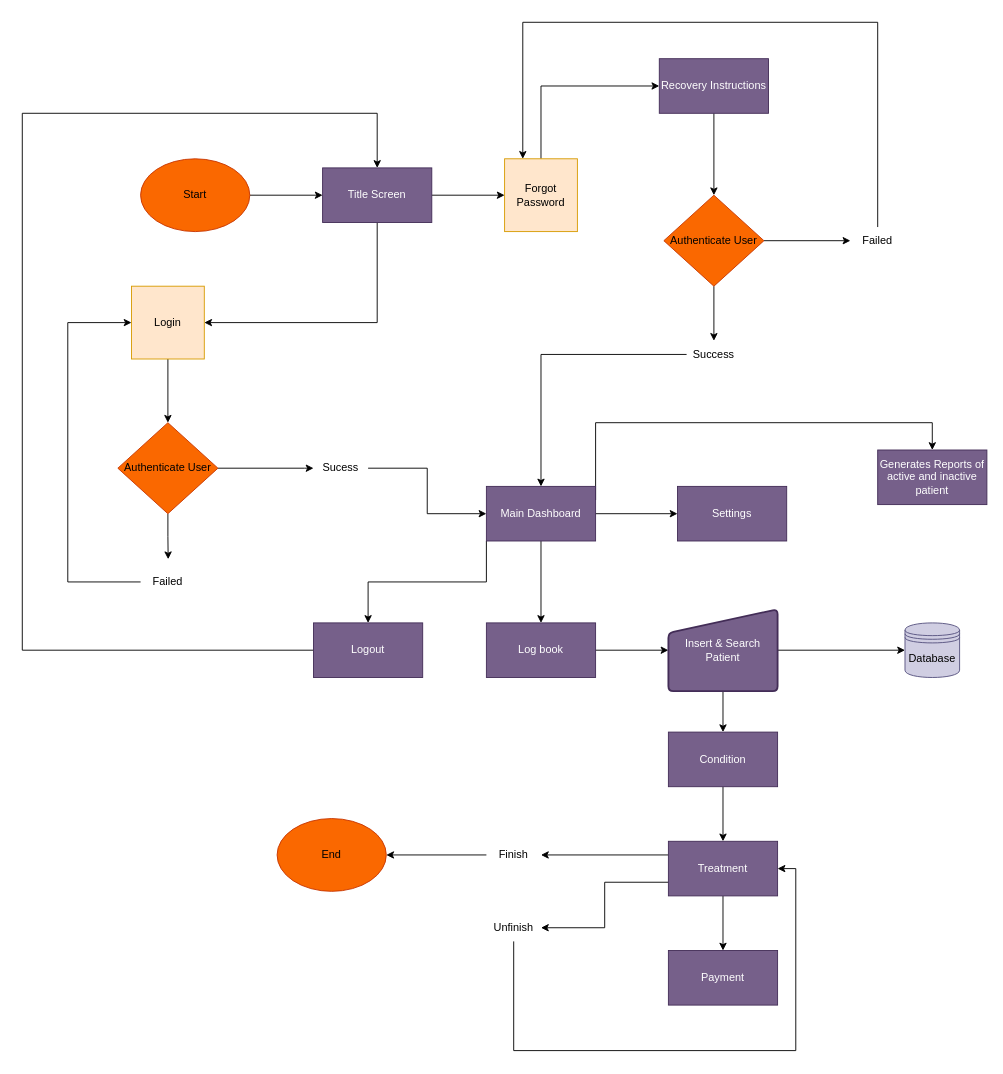
Above: Untitled Diagram.drawio in XeLTzy/my-second-repo (draw.io), before the change. Source tidied: cells renumbered, new cells numbered last; positions are measured from the earlier drawing's top-left corner, leaving out a move shared by most shapes. Both pictures are drawn from the tidied source at 91%, with x=0, y=0 at pixel (22, 22).
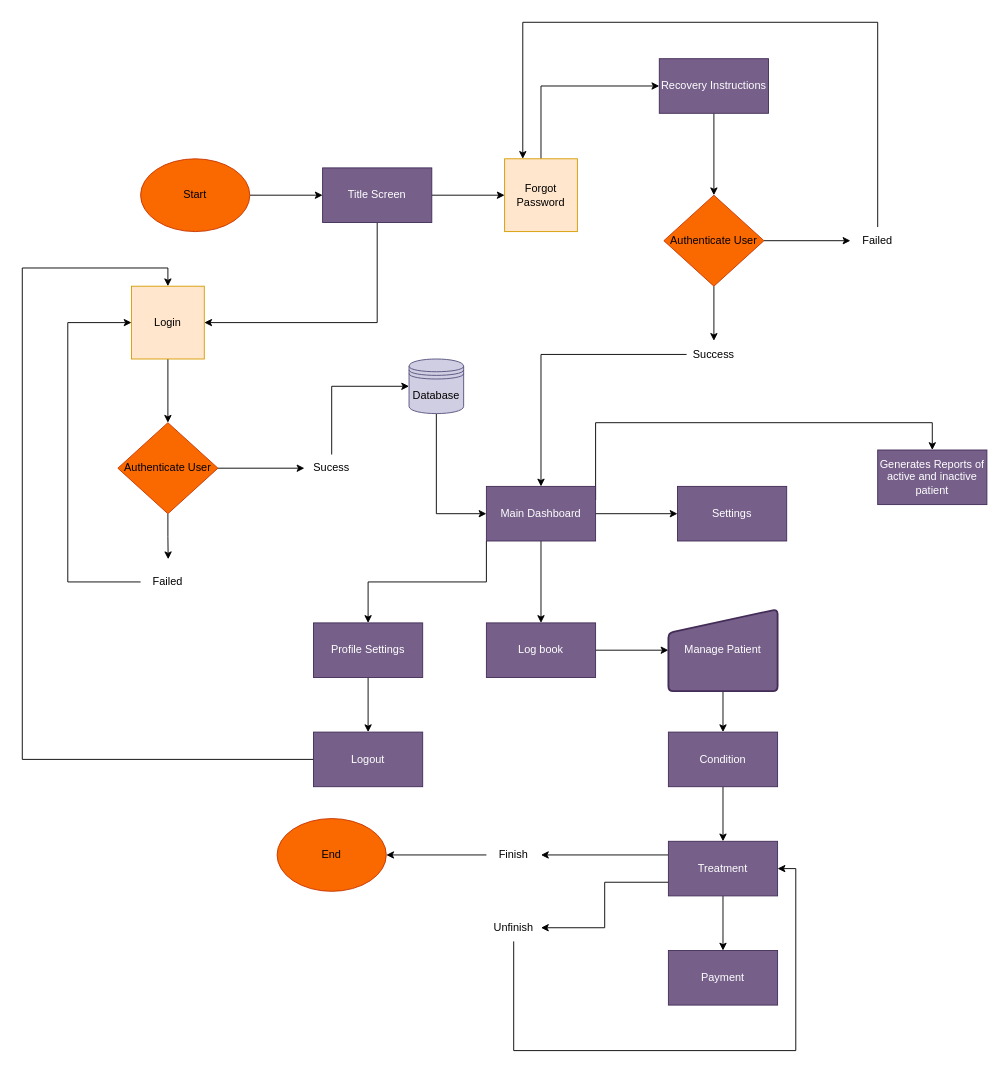
After the change.

The change refers to these unchanged cells:
```xml
<mxCell id="6" value="Title Screen" style="whiteSpace=wrap;html=1;fillColor=#76608a;strokeColor=#432D57;fontColor=#ffffff;" parent="1" vertex="1">
  <mxGeometry x="330" y="160" width="120" height="60" as="geometry" />
</mxCell>
<mxCell id="8" value="Login" style="whiteSpace=wrap;html=1;fillColor=#ffe6cc;strokeColor=#d79b00;rounded=0;" parent="1" vertex="1">
  <mxGeometry x="120" y="290" width="80" height="80" as="geometry" />
</mxCell>
<mxCell id="17" value="Main Dashboard" style="whiteSpace=wrap;html=1;fillColor=#76608a;strokeColor=#432D57;fontColor=#ffffff;" parent="1" vertex="1">
  <mxGeometry x="510" y="510" width="120" height="60" as="geometry" />
</mxCell>
```

What changed in the source:
```diff
@@
-    <mxCell id="23" style="edgeStyle=orthogonalEdgeStyle;rounded=0;jettySize=auto;html=1;exitX=1;exitY=0.5;exitDx=0;exitDy=0;entryX=0;entryY=0.5;entryDx=0;entryDy=0;" parent="1" edge="1" source="24" target="53">
-      <mxGeometry relative="1" as="geometry" />
-    </mxCell>
-    <mxCell id="24" value="Insert &amp;amp; Search Patient" style="whiteSpace=wrap;html=1;fillColor=#76608a;strokeColor=#432D57;fontColor=#ffffff;rounded=1;glass=0;shadow=0;strokeWidth=2;shape=manualInput;size=26;arcSize=11;" parent="1" vertex="1">
+    <mxCell id="24" value="Manage Patient" style="whiteSpace=wrap;html=1;fillColor=#76608a;strokeColor=#432D57;fontColor=#ffffff;rounded=1;glass=0;shadow=0;strokeWidth=2;shape=manualInput;size=26;arcSize=11;" parent="1" vertex="1">
       <mxGeometry x="710" y="645" width="120" height="90" as="geometry" />
     </mxCell>
@@
-    <mxCell id="33" style="edgeStyle=orthogonalEdgeStyle;rounded=0;jettySize=auto;html=1;exitX=0;exitY=0.5;exitDx=0;exitDy=0;entryX=0.5;entryY=0;entryDx=0;entryDy=0;" parent="1" edge="1" source="34" target="6">
-      <mxGeometry relative="1" as="geometry">
-        <Array as="points">
-          <mxPoint y="690" />
-          <mxPoint y="100" />
-          <mxPoint x="390" y="100" />
-        </Array>
-      </mxGeometry>
-    </mxCell>
+    <mxCell id="54" style="edgeStyle=orthogonalEdgeStyle;rounded=0;jettySize=auto;html=1;" parent="1" edge="1" source="34" target="59">
+      <mxGeometry relative="1" as="geometry" />
+    </mxCell>
-    <mxCell id="34" value="Logout" style="whiteSpace=wrap;html=1;fillColor=#76608a;strokeColor=#432D57;fontColor=#ffffff;" parent="1" vertex="1">
+    <mxCell id="34" value="Profile Settings" style="whiteSpace=wrap;html=1;fillColor=#76608a;strokeColor=#432D57;fontColor=#ffffff;" parent="1" vertex="1">
       <mxGeometry x="320" y="660" width="120" height="60" as="geometry" />
     </mxCell>
@@
-    <mxCell id="44" style="edgeStyle=orthogonalEdgeStyle;rounded=0;jettySize=auto;html=1;exitX=1;exitY=0.5;exitDx=0;exitDy=0;entryX=0;entryY=0.5;entryDx=0;entryDy=0;" parent="1" edge="1" source="45" target="17">
-      <mxGeometry relative="1" as="geometry" />
-    </mxCell>
+    <mxCell id="55" style="edgeStyle=orthogonalEdgeStyle;rounded=0;jettySize=auto;html=1;exitX=0.5;exitY=0;exitDx=0;exitDy=0;entryX=0;entryY=0.5;entryDx=0;entryDy=0;" parent="1" edge="1" source="45" target="53">
+      <mxGeometry relative="1" as="geometry" />
+    </mxCell>
     <mxCell id="45" value="Sucess" style="text;html=1;align=center;verticalAlign=middle;whiteSpace=wrap;rounded=0;" parent="1" vertex="1">
-      <mxGeometry x="320" y="475" width="60" height="30" as="geometry" />
+      <mxGeometry x="310" y="475" width="60" height="30" as="geometry" />
     </mxCell>
@@
+    <mxCell id="56" style="edgeStyle=orthogonalEdgeStyle;rounded=0;jettySize=auto;html=1;exitX=0.5;exitY=1;exitDx=0;exitDy=0;" parent="1" edge="1" source="53">
+      <mxGeometry relative="1" as="geometry">
+        <mxPoint x="454.5" y="430.2" as="targetPoint" />
+      </mxGeometry>
+    </mxCell>
+    <mxCell id="57" style="edgeStyle=orthogonalEdgeStyle;rounded=0;jettySize=auto;html=1;exitX=0.5;exitY=1;exitDx=0;exitDy=0;entryX=0;entryY=0.5;entryDx=0;entryDy=0;" parent="1" edge="1" source="53" target="17">
+      <mxGeometry relative="1" as="geometry" />
+    </mxCell>
     <mxCell id="53" value="Database" style="shape=datastore;whiteSpace=wrap;html=1;fillColor=#d0cee2;strokeColor=#56517e;" parent="1" vertex="1">
-      <mxGeometry x="970" y="660" width="60" height="60" as="geometry" />
+      <mxGeometry x="425" y="370" width="60" height="60" as="geometry" />
     </mxCell>
+    <mxCell id="58" style="edgeStyle=orthogonalEdgeStyle;rounded=0;jettySize=auto;html=1;exitX=0;exitY=0.5;exitDx=0;exitDy=0;entryX=0.5;entryY=0;entryDx=0;entryDy=0;" parent="1" edge="1" source="59" target="8">
+      <mxGeometry relative="1" as="geometry">
+        <Array as="points">
+          <mxPoint y="810" />
+          <mxPoint y="270" />
+          <mxPoint x="160" y="270" />
+        </Array>
+      </mxGeometry>
+    </mxCell>
+    <mxCell id="59" value="Logout" style="whiteSpace=wrap;html=1;fillColor=#76608a;strokeColor=#432D57;fontColor=#ffffff;" parent="1" vertex="1">
+      <mxGeometry x="320" y="780" width="120" height="60" as="geometry" />
+    </mxCell>
```
